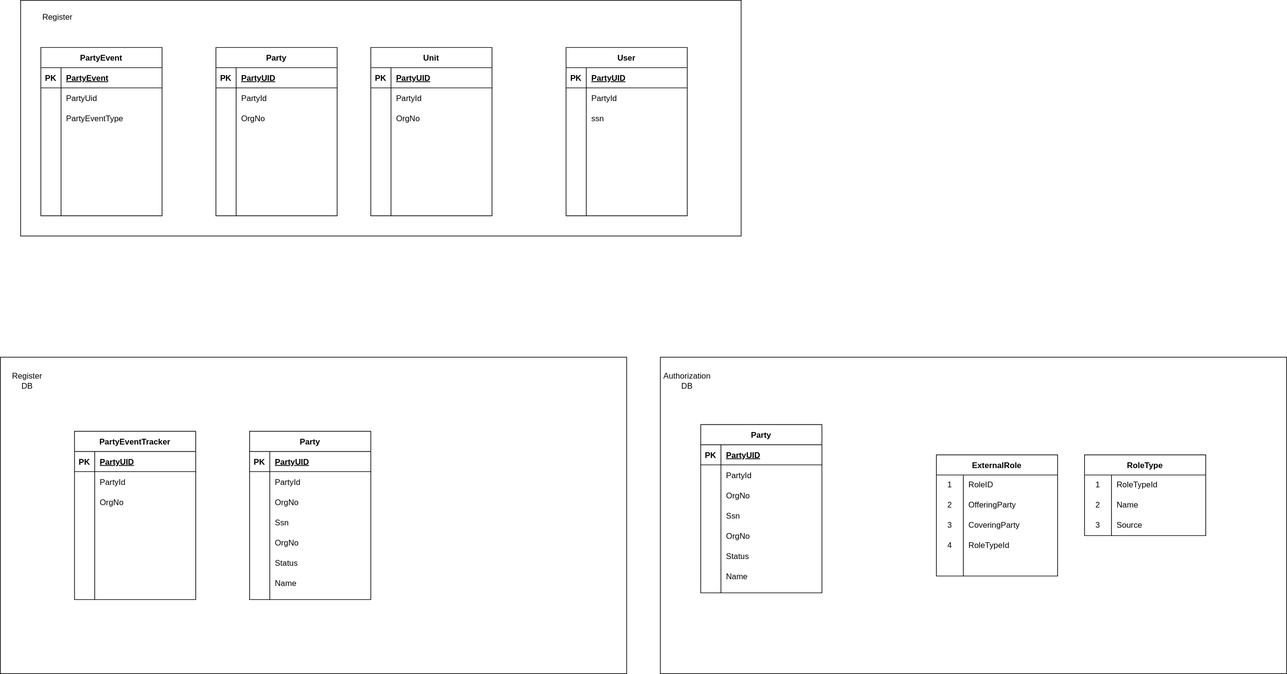
The draw.io diagram content/technology/solutions/altinn-platform/register/dboptione.drawio.svg in Altinn/altinn-studio-docs, before a commit. Source tidied: cells renumbered, new cells last; positions are measured from the earlier drawing's top-left corner, leaving out a move shared by most shapes.
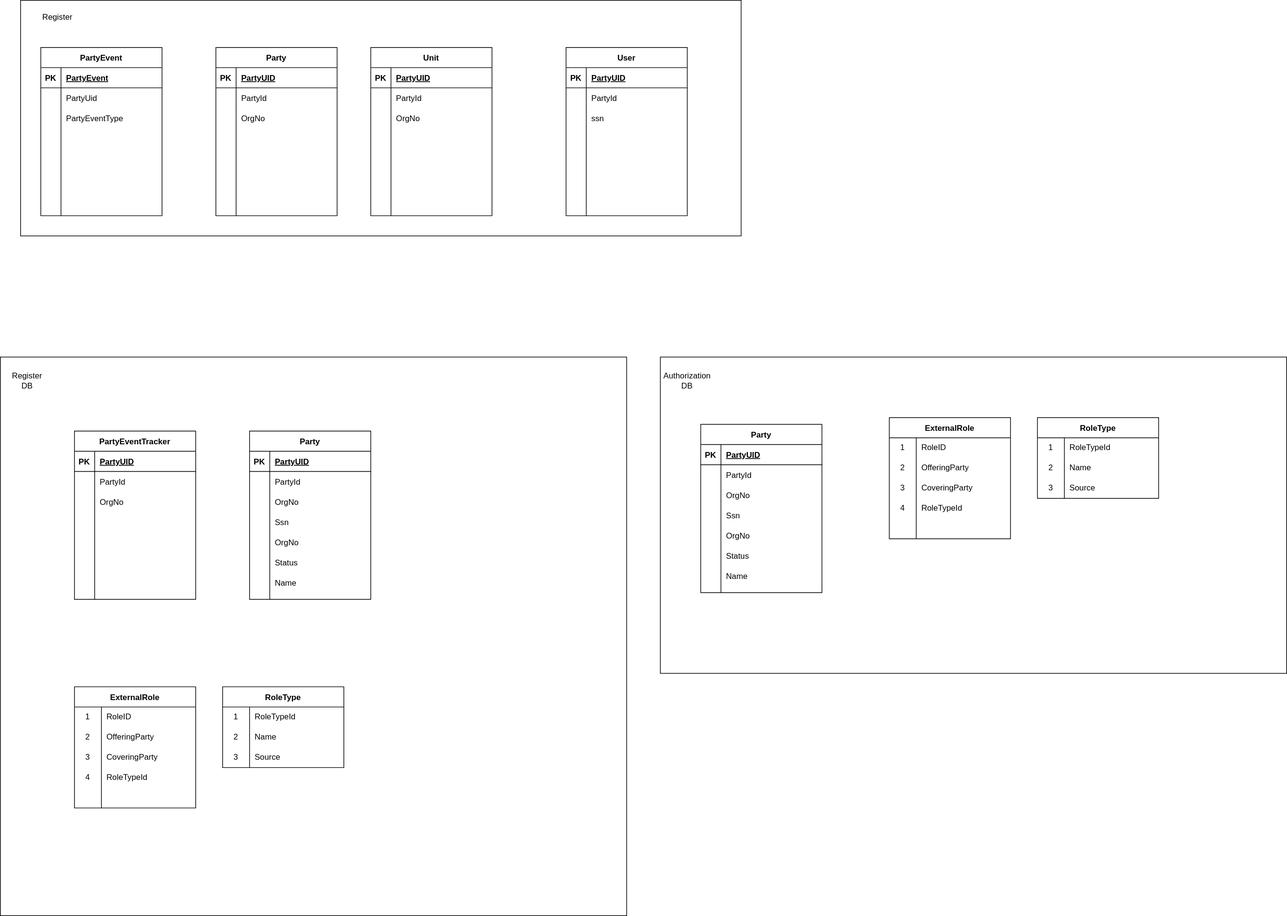
After the commit.

The edit, as a diff of the source:
```diff
@@ -3,7 +3,7 @@
     <mxCell id="0" />
     <mxCell id="1" parent="0" />
     <mxCell id="2" style="rounded=0;whiteSpace=wrap;html=1;" parent="1" vertex="1">
-      <mxGeometry y="530" width="930" height="470" as="geometry" />
+      <mxGeometry y="530" width="930" height="830" as="geometry" />
     </mxCell>
     <mxCell id="3" value="Party" style="shape=table;startSize=30;rowLines=0;fontStyle=1;align=center;" parent="1" vertex="1">
       <mxGeometry x="370" y="640" width="180" height="250" as="geometry" />
@@ -54,7 +54,7 @@
       <mxGeometry x="990" y="550" width="60" height="30" as="geometry" />
     </mxCell>
     <mxCell id="19" value="ExternalRole" style="shape=table;startSize=30;rowLines=0;fontStyle=1;" parent="1" vertex="1">
-      <mxGeometry x="1390" y="675" width="180" height="180" as="geometry" />
+      <mxGeometry x="110" y="1020" width="180" height="180" as="geometry" />
     </mxCell>
     <mxCell id="20" style="shape=tableRow;horizontal=0;startSize=0;swimlaneHead=0;swimlaneBody=0;top=0;left=0;bottom=0;right=0;fillColor=none;" parent="19" vertex="1">
       <mxGeometry y="30" width="180" height="30" as="geometry" />
@@ -84,7 +84,7 @@
       <mxGeometry x="40" width="140" height="90" as="geometry" />
     </mxCell>
     <mxCell id="29" value="RoleType" style="shape=table;startSize=30;rowLines=0;fontStyle=1;" parent="1" vertex="1">
-      <mxGeometry x="1610" y="675" width="180" height="120" as="geometry" />
+      <mxGeometry x="330" y="1020" width="180" height="120" as="geometry" />
     </mxCell>
     <mxCell id="30" style="shape=tableRow;horizontal=0;startSize=0;swimlaneHead=0;swimlaneBody=0;top=0;left=0;bottom=0;right=0;fillColor=none;" parent="29" vertex="1">
       <mxGeometry y="30" width="180" height="30" as="geometry" />
@@ -114,22 +114,22 @@
       <mxGeometry x="40" width="140" height="30" as="geometry" />
     </mxCell>
     <mxCell id="39" value="3" style="shape=partialRectangle;html=1;whiteSpace=wrap;fillColor=none;top=0;left=0;bottom=0;right=0;overflow=hidden;" parent="1" vertex="1">
-      <mxGeometry x="1390" y="765" width="40" height="30" as="geometry" />
+      <mxGeometry x="110" y="1110" width="40" height="30" as="geometry" />
     </mxCell>
     <mxCell id="40" value="CoveringParty" style="shape=partialRectangle;html=1;whiteSpace=wrap;fillColor=none;top=0;left=0;bottom=0;right=0;align=left;spacingLeft=6;overflow=hidden;" parent="1" vertex="1">
-      <mxGeometry x="1430" y="765" width="140" height="30" as="geometry" />
+      <mxGeometry x="150" y="1110" width="140" height="30" as="geometry" />
     </mxCell>
     <mxCell id="41" value="4" style="shape=partialRectangle;html=1;whiteSpace=wrap;fillColor=none;top=0;left=0;bottom=0;right=0;overflow=hidden;" parent="1" vertex="1">
-      <mxGeometry x="1390" y="795" width="40" height="30" as="geometry" />
+      <mxGeometry x="110" y="1140" width="40" height="30" as="geometry" />
     </mxCell>
     <mxCell id="42" value="RoleTypeId" style="shape=partialRectangle;html=1;whiteSpace=wrap;fillColor=none;top=0;left=0;bottom=0;right=0;align=left;spacingLeft=6;overflow=hidden;" parent="1" vertex="1">
-      <mxGeometry x="1430" y="795" width="140" height="30" as="geometry" />
+      <mxGeometry x="150" y="1140" width="140" height="30" as="geometry" />
     </mxCell>
     <mxCell id="43" value="3" style="shape=partialRectangle;html=1;whiteSpace=wrap;fillColor=none;top=0;left=0;bottom=0;right=0;overflow=hidden;" parent="1" vertex="1">
-      <mxGeometry x="1610" y="765" width="40" height="30" as="geometry" />
+      <mxGeometry x="330" y="1110" width="40" height="30" as="geometry" />
     </mxCell>
     <mxCell id="44" value="Source" style="shape=partialRectangle;html=1;whiteSpace=wrap;fillColor=none;top=0;left=0;bottom=0;right=0;align=left;spacingLeft=6;overflow=hidden;" parent="1" vertex="1">
-      <mxGeometry x="1650" y="765" width="140" height="30" as="geometry" />
+      <mxGeometry x="370" y="1110" width="140" height="30" as="geometry" />
     </mxCell>
     <mxCell id="45" style="shape=partialRectangle;fillColor=none;top=0;left=0;bottom=0;right=0;overflow=hidden;" parent="1" vertex="1">
       <mxGeometry x="370" y="760" width="30" height="30" as="geometry" />
@@ -413,5 +413,83 @@
     <mxCell id="138" style="shape=partialRectangle;fillColor=none;top=0;left=0;bottom=0;right=0;align=left;spacingLeft=6;overflow=hidden;" parent="136" vertex="1">
       <mxGeometry x="30" width="150" height="130" as="geometry" />
     </mxCell>
+    <mxCell id="139" value="ExternalRole" style="shape=table;startSize=30;rowLines=0;fontStyle=1;" parent="1" vertex="1">
+      <mxGeometry x="1320" y="620" width="180" height="180" as="geometry" />
+    </mxCell>
+    <mxCell id="140" style="shape=tableRow;horizontal=0;startSize=0;swimlaneHead=0;swimlaneBody=0;top=0;left=0;bottom=0;right=0;fillColor=none;" parent="139" vertex="1">
+      <mxGeometry y="30" width="180" height="30" as="geometry" />
+    </mxCell>
+    <mxCell id="141" value="1" style="shape=partialRectangle;html=1;whiteSpace=wrap;fillColor=none;top=0;left=0;bottom=0;right=0;overflow=hidden;" parent="140" vertex="1">
+      <mxGeometry width="40" height="30" as="geometry" />
+    </mxCell>
+    <mxCell id="142" value="RoleID" style="shape=partialRectangle;html=1;whiteSpace=wrap;fillColor=none;top=0;left=0;bottom=0;right=0;align=left;spacingLeft=6;overflow=hidden;" parent="140" vertex="1">
+      <mxGeometry x="40" width="140" height="30" as="geometry" />
+    </mxCell>
+    <mxCell id="143" style="shape=tableRow;horizontal=0;startSize=0;swimlaneHead=0;swimlaneBody=0;top=0;left=0;bottom=0;right=0;fillColor=none;" parent="139" vertex="1">
+      <mxGeometry y="60" width="180" height="30" as="geometry" />
+    </mxCell>
+    <mxCell id="144" value="2" style="shape=partialRectangle;html=1;whiteSpace=wrap;fillColor=none;top=0;left=0;bottom=0;right=0;overflow=hidden;" parent="143" vertex="1">
+      <mxGeometry width="40" height="30" as="geometry" />
+    </mxCell>
+    <mxCell id="145" value="OfferingParty" style="shape=partialRectangle;html=1;whiteSpace=wrap;fillColor=none;top=0;left=0;bottom=0;right=0;align=left;spacingLeft=6;overflow=hidden;" parent="143" vertex="1">
+      <mxGeometry x="40" width="140" height="30" as="geometry" />
+    </mxCell>
+    <mxCell id="146" style="shape=tableRow;horizontal=0;startSize=0;swimlaneHead=0;swimlaneBody=0;top=0;left=0;bottom=0;right=0;fillColor=none;" parent="139" vertex="1">
+      <mxGeometry y="90" width="180" height="90" as="geometry" />
+    </mxCell>
+    <mxCell id="147" style="shape=partialRectangle;html=1;whiteSpace=wrap;fillColor=none;top=0;left=0;bottom=0;right=0;overflow=hidden;" parent="146" vertex="1">
+      <mxGeometry width="40" height="90" as="geometry" />
+    </mxCell>
+    <mxCell id="148" style="shape=partialRectangle;html=1;whiteSpace=wrap;fillColor=none;top=0;left=0;bottom=0;right=0;align=left;spacingLeft=6;overflow=hidden;" parent="146" vertex="1">
+      <mxGeometry x="40" width="140" height="90" as="geometry" />
+    </mxCell>
+    <mxCell id="149" value="RoleType" style="shape=table;startSize=30;rowLines=0;fontStyle=1;" parent="1" vertex="1">
+      <mxGeometry x="1540" y="620" width="180" height="120" as="geometry" />
+    </mxCell>
+    <mxCell id="150" style="shape=tableRow;horizontal=0;startSize=0;swimlaneHead=0;swimlaneBody=0;top=0;left=0;bottom=0;right=0;fillColor=none;" parent="149" vertex="1">
+      <mxGeometry y="30" width="180" height="30" as="geometry" />
+    </mxCell>
+    <mxCell id="151" value="1" style="shape=partialRectangle;html=1;whiteSpace=wrap;fillColor=none;top=0;left=0;bottom=0;right=0;overflow=hidden;" parent="150" vertex="1">
+      <mxGeometry width="40" height="30" as="geometry" />
+    </mxCell>
+    <mxCell id="152" value="RoleTypeId" style="shape=partialRectangle;html=1;whiteSpace=wrap;fillColor=none;top=0;left=0;bottom=0;right=0;align=left;spacingLeft=6;overflow=hidden;" parent="150" vertex="1">
+      <mxGeometry x="40" width="140" height="30" as="geometry" />
+    </mxCell>
+    <mxCell id="153" style="shape=tableRow;horizontal=0;startSize=0;swimlaneHead=0;swimlaneBody=0;top=0;left=0;bottom=0;right=0;fillColor=none;" parent="149" vertex="1">
+      <mxGeometry y="60" width="180" height="30" as="geometry" />
+    </mxCell>
+    <mxCell id="154" value="2" style="shape=partialRectangle;html=1;whiteSpace=wrap;fillColor=none;top=0;left=0;bottom=0;right=0;overflow=hidden;" parent="153" vertex="1">
+      <mxGeometry width="40" height="30" as="geometry" />
+    </mxCell>
+    <mxCell id="155" value="Name" style="shape=partialRectangle;html=1;whiteSpace=wrap;fillColor=none;top=0;left=0;bottom=0;right=0;align=left;spacingLeft=6;overflow=hidden;" parent="153" vertex="1">
+      <mxGeometry x="40" width="140" height="30" as="geometry" />
+    </mxCell>
+    <mxCell id="156" style="shape=tableRow;horizontal=0;startSize=0;swimlaneHead=0;swimlaneBody=0;top=0;left=0;bottom=0;right=0;fillColor=none;" parent="149" vertex="1">
+      <mxGeometry y="90" width="180" height="30" as="geometry" />
+    </mxCell>
+    <mxCell id="157" style="shape=partialRectangle;html=1;whiteSpace=wrap;fillColor=none;top=0;left=0;bottom=0;right=0;overflow=hidden;" parent="156" vertex="1">
+      <mxGeometry width="40" height="30" as="geometry" />
+    </mxCell>
+    <mxCell id="158" style="shape=partialRectangle;html=1;whiteSpace=wrap;fillColor=none;top=0;left=0;bottom=0;right=0;align=left;spacingLeft=6;overflow=hidden;" parent="156" vertex="1">
+      <mxGeometry x="40" width="140" height="30" as="geometry" />
+    </mxCell>
+    <mxCell id="159" value="3" style="shape=partialRectangle;html=1;whiteSpace=wrap;fillColor=none;top=0;left=0;bottom=0;right=0;overflow=hidden;" parent="1" vertex="1">
+      <mxGeometry x="1320" y="710" width="40" height="30" as="geometry" />
+    </mxCell>
+    <mxCell id="160" value="CoveringParty" style="shape=partialRectangle;html=1;whiteSpace=wrap;fillColor=none;top=0;left=0;bottom=0;right=0;align=left;spacingLeft=6;overflow=hidden;" parent="1" vertex="1">
+      <mxGeometry x="1360" y="710" width="140" height="30" as="geometry" />
+    </mxCell>
+    <mxCell id="161" value="4" style="shape=partialRectangle;html=1;whiteSpace=wrap;fillColor=none;top=0;left=0;bottom=0;right=0;overflow=hidden;" parent="1" vertex="1">
+      <mxGeometry x="1320" y="740" width="40" height="30" as="geometry" />
+    </mxCell>
+    <mxCell id="162" value="RoleTypeId" style="shape=partialRectangle;html=1;whiteSpace=wrap;fillColor=none;top=0;left=0;bottom=0;right=0;align=left;spacingLeft=6;overflow=hidden;" parent="1" vertex="1">
+      <mxGeometry x="1360" y="740" width="140" height="30" as="geometry" />
+    </mxCell>
+    <mxCell id="163" value="3" style="shape=partialRectangle;html=1;whiteSpace=wrap;fillColor=none;top=0;left=0;bottom=0;right=0;overflow=hidden;" parent="1" vertex="1">
+      <mxGeometry x="1540" y="710" width="40" height="30" as="geometry" />
+    </mxCell>
+    <mxCell id="164" value="Source" style="shape=partialRectangle;html=1;whiteSpace=wrap;fillColor=none;top=0;left=0;bottom=0;right=0;align=left;spacingLeft=6;overflow=hidden;" parent="1" vertex="1">
+      <mxGeometry x="1580" y="710" width="140" height="30" as="geometry" />
+    </mxCell>
   </root>
 </mxGraphModel>
```
